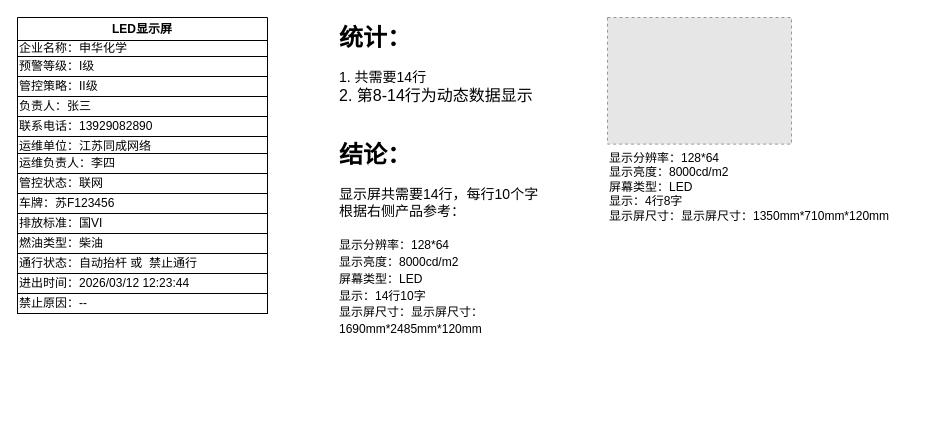
The draw.io diagram 未命名绘图.drawio in jijiajia19/draw.io.cache, before the edit. Source tidied: cells renumbered, new cells numbered last; positions are measured from the earlier drawing's top-left corner, leaving out a move shared by most shapes. Both pictures are drawn from the tidied source at 100%, with x=0, y=0 at pixel (17, 17). Pictures stored in the file or linked from it are replaced by grey dashed boxes.
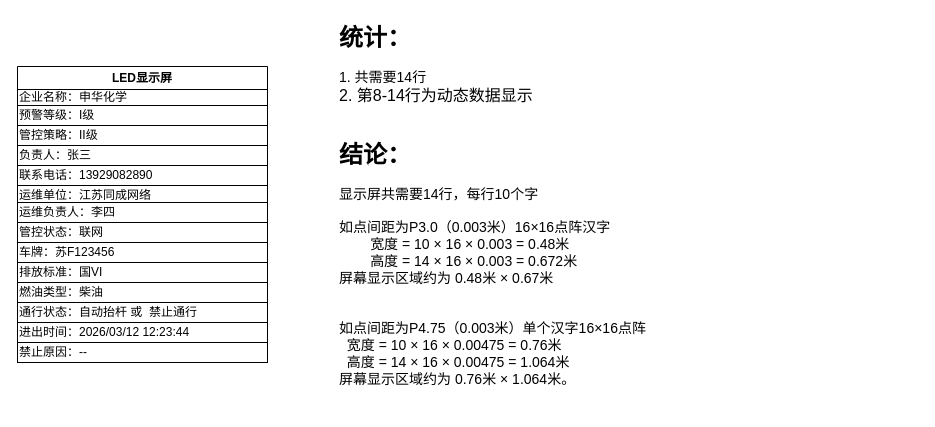
The same diagram, later.

Commit message:
更新未命名绘图.drawio

Change to the diagram source:
```diff
@@
     <mxCell id="2" value="LED显示屏" style="swimlane;whiteSpace=wrap;html=1;" parent="1" vertex="1">
-      <mxGeometry width="250" height="292" as="geometry" />
+      <mxGeometry y="49" width="250" height="292" as="geometry" />
     </mxCell>
@@
-    <mxCell id="18" value="显示分辨率：128*64&#10;显示亮度：8000cd/m2&#10;屏幕类型：LED&#10;显示：4行8字&#10;显示屏尺寸：显示屏尺寸：1350mm*710mm*120mm" style="text;whiteSpace=wrap;" parent="1" vertex="1">
-      <mxGeometry x="590" y="126.6" width="310" height="100" as="geometry" />
-    </mxCell>
-    <mxCell id="19" style="fillColor=#E6E6E6;strokeColor=#999999;dashed=1;verticalLabelPosition=bottom;labelBackgroundColor=default;verticalAlign=top;" parent="1" vertex="1">
-      <mxGeometry x="590" width="184" height="126.6" as="geometry" />
-    </mxCell>
-    <mxCell id="20" value="&lt;h1 style=&quot;margin-top: 0px;&quot;&gt;结论：&lt;/h1&gt;&lt;div&gt;&lt;font style=&quot;font-size: 14px;&quot;&gt;显示屏共需要14行，每行10个字&lt;/font&gt;&lt;/div&gt;&lt;div&gt;&lt;font style=&quot;font-size: 14px;&quot;&gt;根据右侧产品参考：&lt;/font&gt;&lt;/div&gt;&lt;div&gt;&lt;font style=&quot;font-size: 14px;&quot;&gt;&lt;br&gt;&lt;/font&gt;&lt;/div&gt;&lt;div&gt;&lt;font style=&quot;font-size: 14px;&quot;&gt;&lt;span style=&quot;font-size: 12px;&quot;&gt;显示分辨率：128*64&lt;/span&gt;&lt;br style=&quot;padding: 0px; margin: 0px; font-size: 12px;&quot;&gt;&lt;span style=&quot;font-size: 12px;&quot;&gt;显示亮度：8000cd/m2&lt;/span&gt;&lt;br style=&quot;padding: 0px; margin: 0px; font-size: 12px;&quot;&gt;&lt;span style=&quot;font-size: 12px;&quot;&gt;屏幕类型：LED&lt;/span&gt;&lt;br style=&quot;padding: 0px; margin: 0px; font-size: 12px;&quot;&gt;&lt;span style=&quot;font-size: 12px;&quot;&gt;显示：14行10字&lt;/span&gt;&lt;br style=&quot;padding: 0px; margin: 0px; font-size: 12px;&quot;&gt;&lt;span style=&quot;font-size: 12px;&quot;&gt;显示屏尺寸：显示屏尺寸：1690mm*2485mm*120mm&lt;/span&gt;&lt;/font&gt;&lt;/div&gt;&lt;div&gt;&lt;font style=&quot;font-size: 14px;&quot;&gt;&lt;br&gt;&lt;/font&gt;&lt;/div&gt;&lt;div&gt;&lt;br&gt;&lt;/div&gt;" style="text;html=1;whiteSpace=wrap;overflow=hidden;rounded=0;" parent="1" vertex="1">
-      <mxGeometry x="320" y="116.6" width="210" height="223.4" as="geometry" />
+    <mxCell id="20" value="&lt;h1 style=&quot;margin-top: 0px;&quot;&gt;结论：&lt;/h1&gt;&lt;div&gt;&lt;font style=&quot;font-size: 14px;&quot;&gt;显示屏共需要14行，每行10个字&lt;/font&gt;&lt;/div&gt;&lt;div&gt;&lt;font style=&quot;font-size: 14px;&quot;&gt;&lt;br&gt;&lt;/font&gt;&lt;/div&gt;&lt;div&gt;&lt;font style=&quot;font-size: 14px;&quot;&gt;&lt;div style=&quot;&quot;&gt;如点间距为P3.0（0.003米）16×16点阵汉字&lt;/div&gt;&lt;div style=&quot;&quot;&gt;&lt;span style=&quot;white-space:pre&quot;&gt;&#9;&lt;/span&gt;宽度 = 10 × 16 × 0.003 = 0.48米&lt;/div&gt;&lt;div style=&quot;&quot;&gt;&lt;span style=&quot;white-space:pre&quot;&gt;&#9;&lt;/span&gt;高度 = 14 × 16 × 0.003 = 0.672米&lt;/div&gt;&lt;div style=&quot;&quot;&gt;屏幕显示区域约为 0.48米 × 0.67米&lt;/div&gt;&lt;/font&gt;&lt;/div&gt;&lt;div&gt;&lt;font style=&quot;font-size: 14px;&quot;&gt;&lt;br&gt;&lt;/font&gt;&lt;/div&gt;&lt;div&gt;&lt;font style=&quot;font-size: 14px;&quot;&gt;&lt;br&gt;&lt;/font&gt;&lt;/div&gt;&lt;div&gt;&lt;div&gt;&lt;span style=&quot;font-size: 14px;&quot;&gt;如点间距为P4.75（0.003米）单个汉字16×16点阵&lt;/span&gt;&lt;/div&gt;&lt;div&gt;&lt;span style=&quot;font-size: 14px; white-space: normal;&quot;&gt;&amp;nbsp; 宽度 = 10 × 16 × 0.00475 = 0.76米&lt;/span&gt;&lt;/div&gt;&lt;div&gt;&lt;span style=&quot;font-size: 14px; white-space: normal;&quot;&gt;&amp;nbsp; 高度 = 14 × 16 × 0.00475 = 1.064米&lt;/span&gt;&lt;/div&gt;&lt;div&gt;&lt;span style=&quot;font-size: 14px; white-space: normal;&quot;&gt;屏幕显示区域约为 0.76米 × 1.064米。&lt;/span&gt;&lt;/div&gt;&lt;/div&gt;&lt;div&gt;&lt;font style=&quot;font-size: 14px;&quot;&gt;&lt;br&gt;&lt;/font&gt;&lt;/div&gt;&lt;div&gt;&lt;br&gt;&lt;/div&gt;" style="text;html=1;whiteSpace=wrap;overflow=hidden;rounded=0;" parent="1" vertex="1">
+      <mxGeometry x="320" y="116.6" width="360" height="273.4" as="geometry" />
     </mxCell>
```
